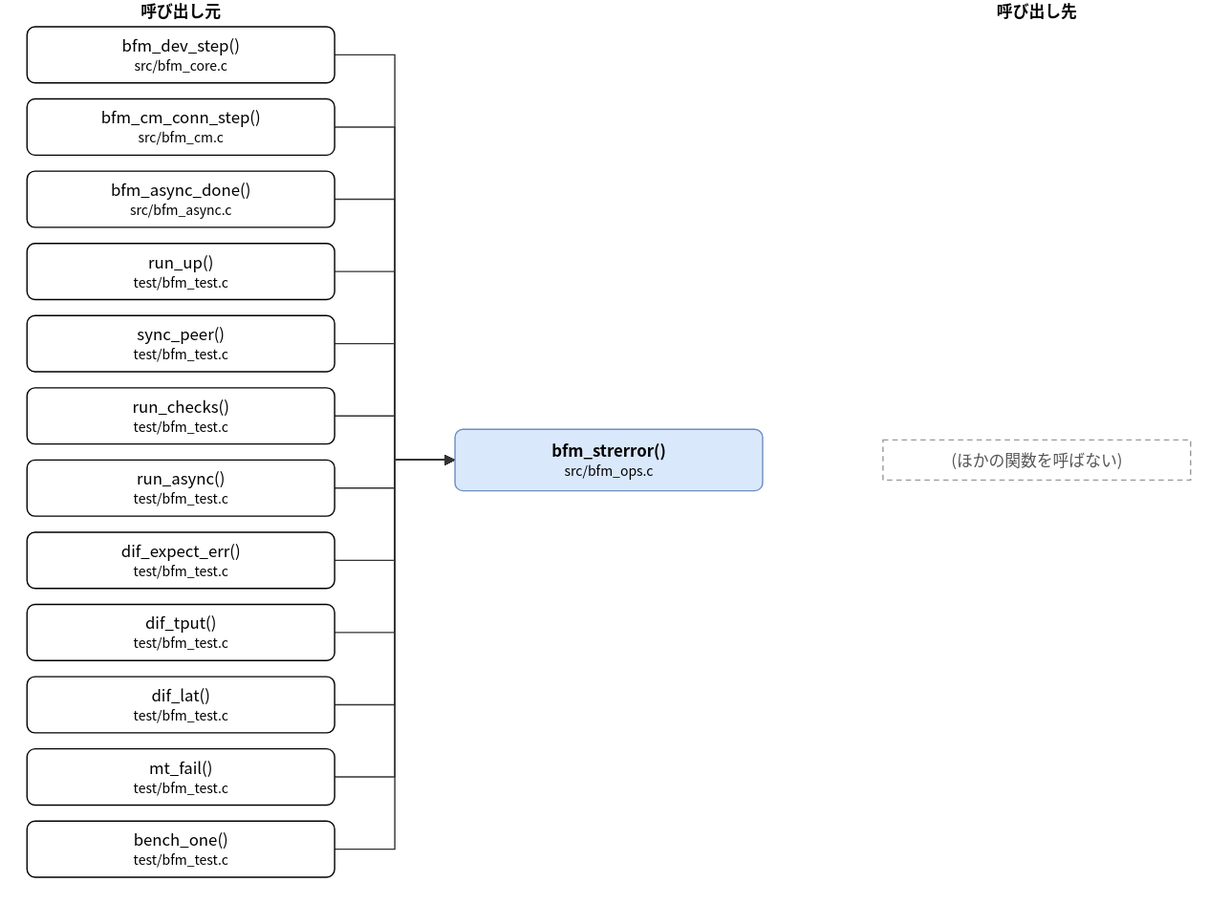
Above: doc/spec/images/call_src_bfm_ops-bfm_strerror.drawio.svg in hf355051012-ai/bfmem (draw.io), before the change. Source tidied: cells renumbered, new cells last; positions are measured from the earlier drawing's top-left corner, leaving out a move shared by most shapes.
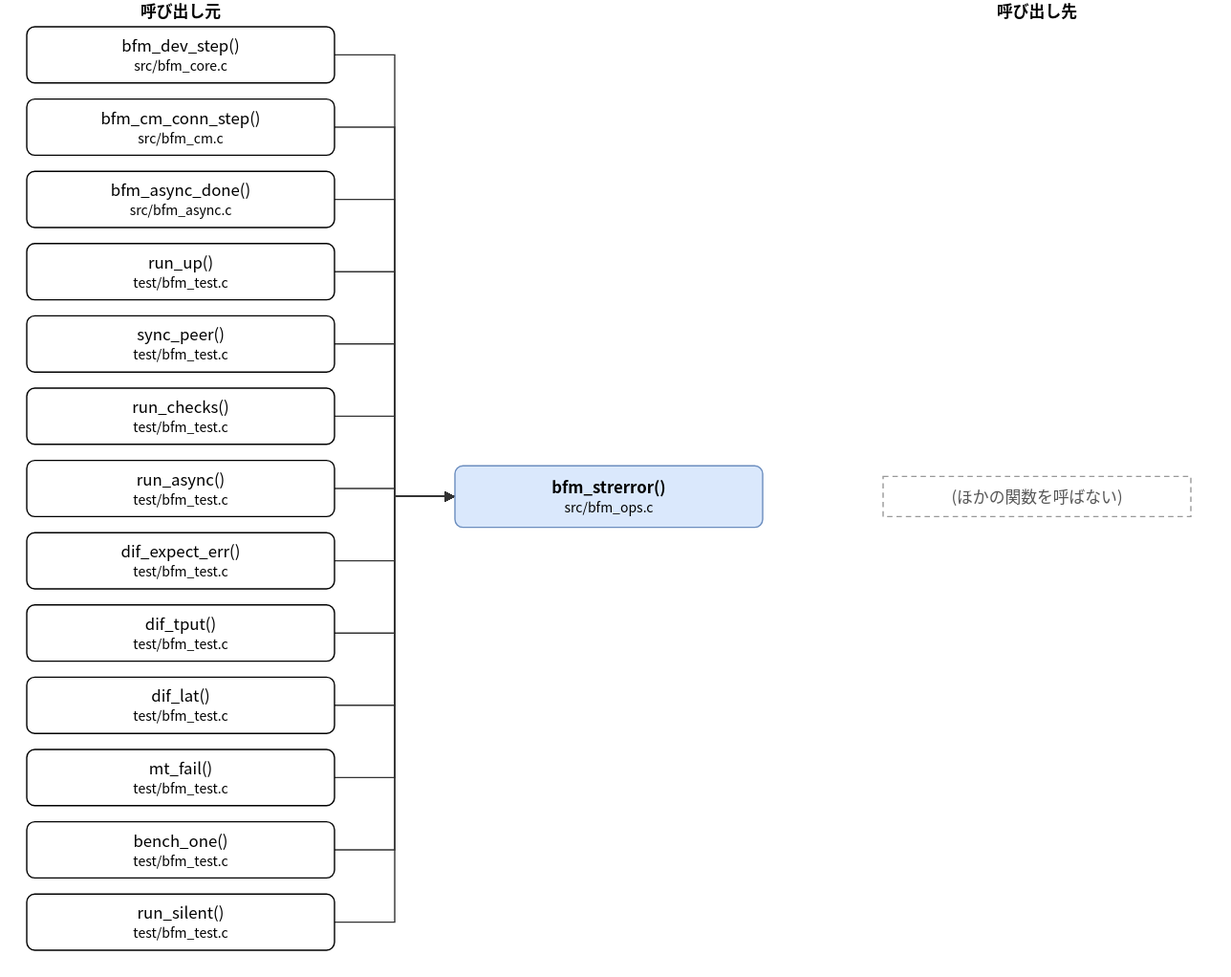
The same file after the commit.

The edit, as a diff of the source:
```diff
@@ -3,7 +3,7 @@
     <mxCell id="0" />
     <mxCell id="1" parent="0" />
     <mxCell id="2" value="bfm_strerror()&lt;br&gt;&lt;font style=&quot;font-size:10px&quot;&gt;src/bfm_ops.c&lt;/font&gt;" style="rounded=1;whiteSpace=wrap;html=1;fillColor=#dae8fc;strokeColor=#6c8ebf;fontStyle=1;" parent="1" vertex="1">
-      <mxGeometry x="320" y="321" width="230" height="46" as="geometry" />
+      <mxGeometry x="320" y="348" width="230" height="46" as="geometry" />
     </mxCell>
     <mxCell id="3" value="bfm_dev_step()&lt;br&gt;&lt;font style=&quot;font-size:10px&quot;&gt;src/bfm_core.c&lt;/font&gt;" style="rounded=1;whiteSpace=wrap;html=1;" parent="1" vertex="1">
       <mxGeometry y="20" width="230" height="42" as="geometry" />
@@ -41,14 +41,17 @@
     <mxCell id="14" value="bench_one()&lt;br&gt;&lt;font style=&quot;font-size:10px&quot;&gt;test/bfm_test.c&lt;/font&gt;" style="rounded=1;whiteSpace=wrap;html=1;" parent="1" vertex="1">
       <mxGeometry y="614" width="230" height="42" as="geometry" />
     </mxCell>
+    <mxCell id="30" value="run_silent()&lt;br&gt;&lt;font style=&quot;font-size:10px&quot;&gt;test/bfm_test.c&lt;/font&gt;" style="rounded=1;whiteSpace=wrap;html=1;" parent="1" vertex="1">
+      <mxGeometry y="668" width="230" height="42" as="geometry" />
+    </mxCell>
     <mxCell id="15" value="(ほかの関数を呼ばない)" style="rounded=0;whiteSpace=wrap;html=1;dashed=1;strokeColor=#999999;fontColor=#555555;dashed=1;" parent="1" vertex="1">
-      <mxGeometry x="640" y="329" width="230" height="30" as="geometry" />
+      <mxGeometry x="640" y="356" width="230" height="30" as="geometry" />
     </mxCell>
     <mxCell id="16" style="edgeStyle=none;html=1;rounded=0;endArrow=block;endFill=1;exitX=1.0000;exitY=0.5000;exitDx=0;exitDy=0;exitPerimeter=0;entryX=0.0000;entryY=0.5000;entryDx=0;entryDy=0;entryPerimeter=0;" parent="1" edge="1" source="3" target="2">
       <mxGeometry relative="1" as="geometry">
         <Array as="points">
           <mxPoint x="275" y="41" />
-          <mxPoint x="275" y="344" />
+          <mxPoint x="275" y="371" />
         </Array>
       </mxGeometry>
     </mxCell>
@@ -56,7 +59,7 @@
       <mxGeometry relative="1" as="geometry">
         <Array as="points">
           <mxPoint x="275" y="95" />
-          <mxPoint x="275" y="344" />
+          <mxPoint x="275" y="371" />
         </Array>
       </mxGeometry>
     </mxCell>
@@ -64,7 +67,7 @@
       <mxGeometry relative="1" as="geometry">
         <Array as="points">
           <mxPoint x="275" y="149" />
-          <mxPoint x="275" y="344" />
+          <mxPoint x="275" y="371" />
         </Array>
       </mxGeometry>
     </mxCell>
@@ -72,7 +75,7 @@
       <mxGeometry relative="1" as="geometry">
         <Array as="points">
           <mxPoint x="275" y="203" />
-          <mxPoint x="275" y="344" />
+          <mxPoint x="275" y="371" />
         </Array>
       </mxGeometry>
     </mxCell>
@@ -80,7 +83,7 @@
       <mxGeometry relative="1" as="geometry">
         <Array as="points">
           <mxPoint x="275" y="257" />
-          <mxPoint x="275" y="344" />
+          <mxPoint x="275" y="371" />
         </Array>
       </mxGeometry>
     </mxCell>
@@ -88,7 +91,7 @@
       <mxGeometry relative="1" as="geometry">
         <Array as="points">
           <mxPoint x="275" y="311" />
-          <mxPoint x="275" y="344" />
+          <mxPoint x="275" y="371" />
         </Array>
       </mxGeometry>
     </mxCell>
@@ -96,7 +99,7 @@
       <mxGeometry relative="1" as="geometry">
         <Array as="points">
           <mxPoint x="275" y="365" />
-          <mxPoint x="275" y="344" />
+          <mxPoint x="275" y="371" />
         </Array>
       </mxGeometry>
     </mxCell>
@@ -104,7 +107,7 @@
       <mxGeometry relative="1" as="geometry">
         <Array as="points">
           <mxPoint x="275" y="419" />
-          <mxPoint x="275" y="344" />
+          <mxPoint x="275" y="371" />
         </Array>
       </mxGeometry>
     </mxCell>
@@ -112,7 +115,7 @@
       <mxGeometry relative="1" as="geometry">
         <Array as="points">
           <mxPoint x="275" y="473" />
-          <mxPoint x="275" y="344" />
+          <mxPoint x="275" y="371" />
         </Array>
       </mxGeometry>
     </mxCell>
@@ -120,7 +123,7 @@
       <mxGeometry relative="1" as="geometry">
         <Array as="points">
           <mxPoint x="275" y="527" />
-          <mxPoint x="275" y="344" />
+          <mxPoint x="275" y="371" />
         </Array>
       </mxGeometry>
     </mxCell>
@@ -128,7 +131,7 @@
       <mxGeometry relative="1" as="geometry">
         <Array as="points">
           <mxPoint x="275" y="581" />
-          <mxPoint x="275" y="344" />
+          <mxPoint x="275" y="371" />
         </Array>
       </mxGeometry>
     </mxCell>
@@ -136,10 +139,18 @@
       <mxGeometry relative="1" as="geometry">
         <Array as="points">
           <mxPoint x="275" y="635" />
-          <mxPoint x="275" y="344" />
+          <mxPoint x="275" y="371" />
         </Array>
       </mxGeometry>
     </mxCell>
+    <mxCell id="31" style="edgeStyle=none;html=1;rounded=0;endArrow=block;endFill=1;exitX=1.0000;exitY=0.5000;exitDx=0;exitDy=0;exitPerimeter=0;entryX=0.0000;entryY=0.5000;entryDx=0;entryDy=0;entryPerimeter=0;" parent="1" edge="1" source="30" target="2">
+      <mxGeometry relative="1" as="geometry">
+        <Array as="points">
+          <mxPoint x="275" y="689" />
+          <mxPoint x="275" y="371" />
+        </Array>
+      </mxGeometry>
+    </mxCell>
     <mxCell id="28" value="呼び出し元" style="text;html=1;align=center;fontStyle=1;" parent="1" vertex="1">
       <mxGeometry x="35" width="160" height="18" as="geometry" />
     </mxCell>
```
